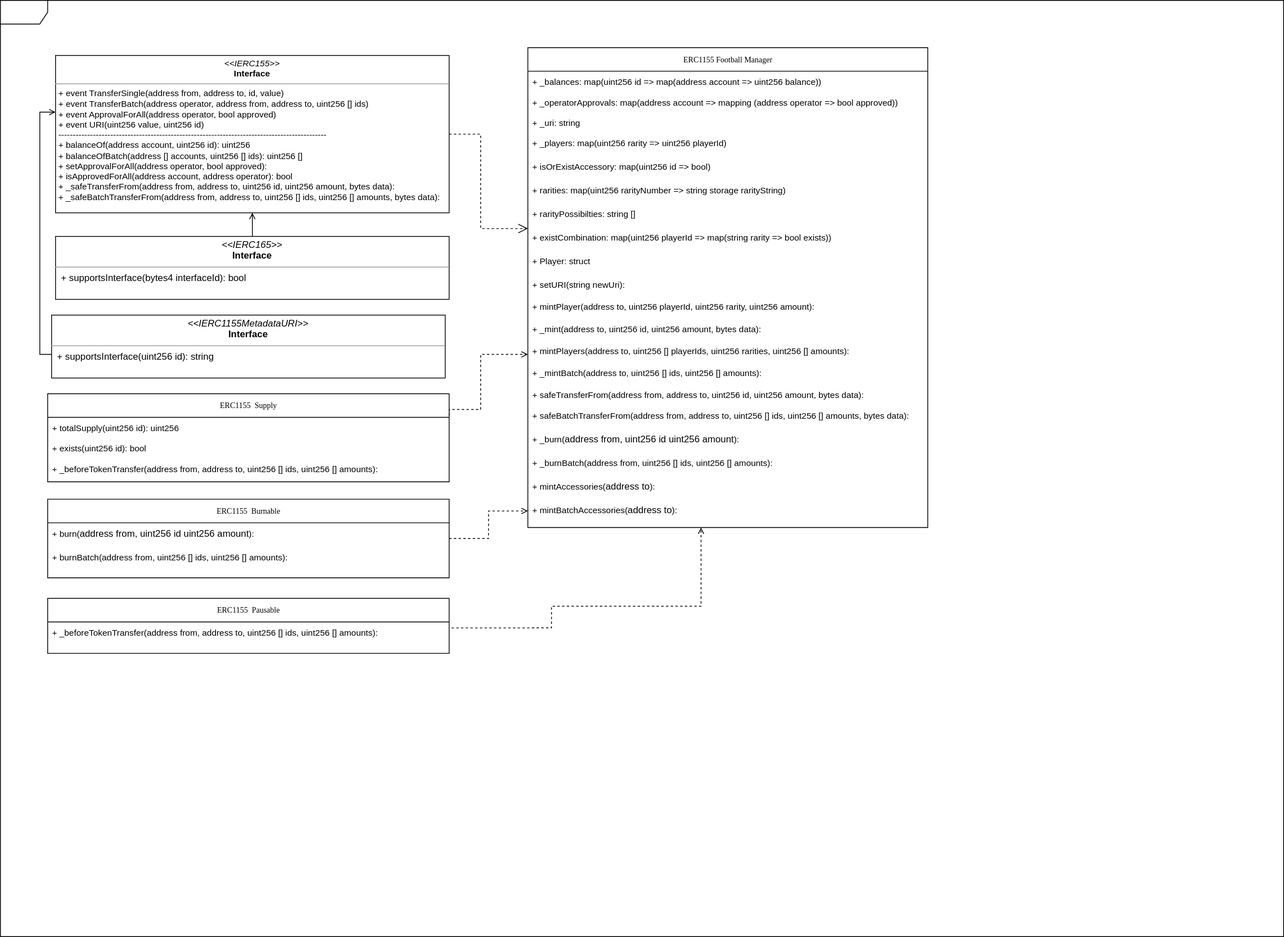
This is diagrams/ERC1155.drawio.svg from RasenGUY/smartDev, a draw.io export, as it was before one commit. Source tidied: cells renumbered, new cells last; positions are measured from the earlier drawing's top-left corner, leaving out a move shared by most shapes.
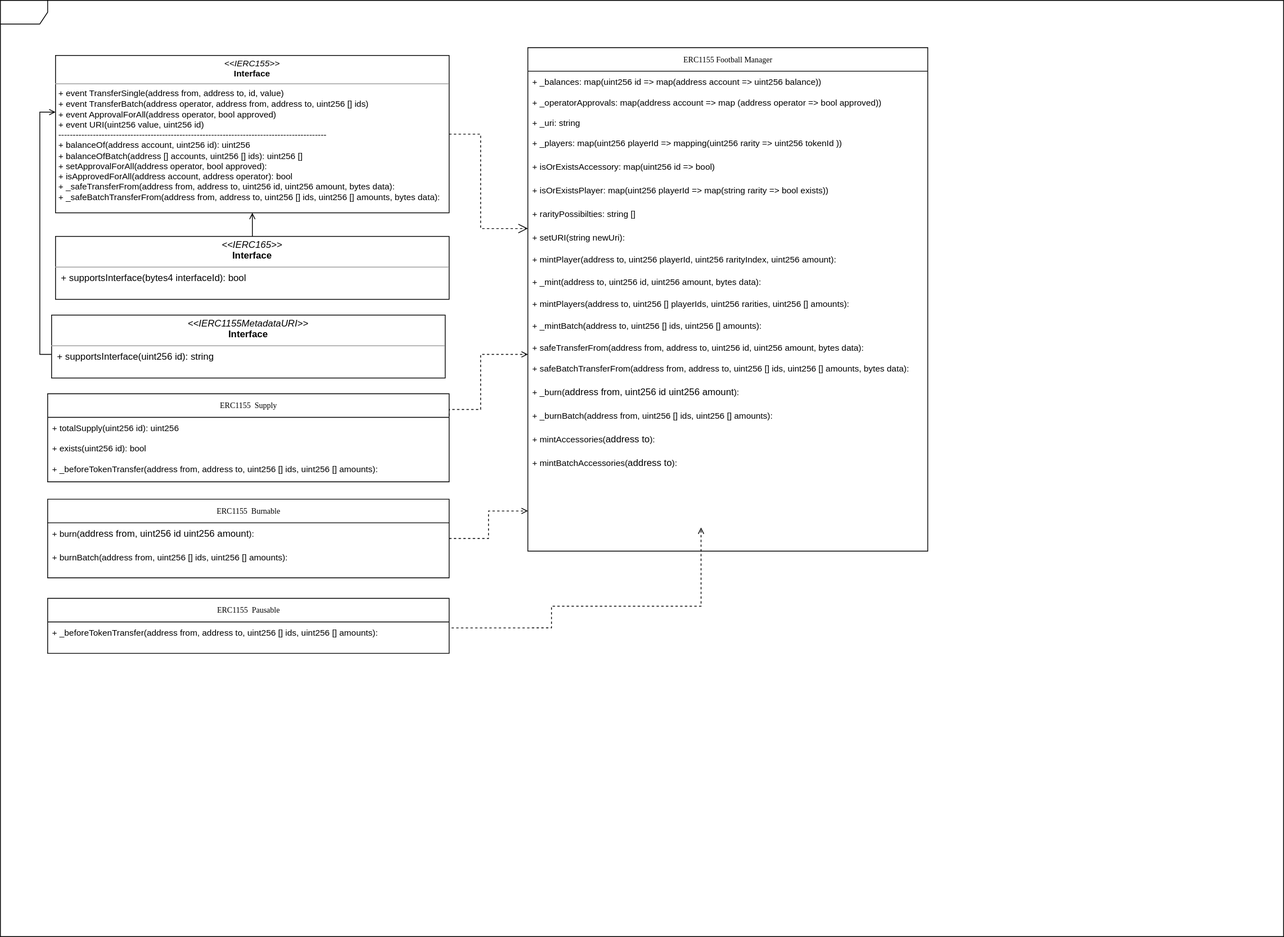
After the change.

Diff of the diagram source:
```diff
@@ -6,67 +6,61 @@
       <mxGeometry width="1630" height="1190" as="geometry" />
     </mxCell>
     <mxCell id="3" value="ERC1155 Football Manager" style="swimlane;html=1;fontStyle=0;horizontal=1;startSize=30;fillColor=none;swimlaneFillColor=#ffffff;rounded=0;shadow=0;comic=0;labelBackgroundColor=none;strokeWidth=1;fontFamily=Verdana;fontSize=10;align=center;" parent="1" vertex="1">
-      <mxGeometry x="670" y="60" width="508" height="610" as="geometry" />
+      <mxGeometry x="670" y="60" width="508" height="640" as="geometry" />
     </mxCell>
     <mxCell id="4" value="&lt;font style=&quot;font-size: 11px&quot;&gt;+ _balances: map(uint256 id =&amp;gt; map(address account =&amp;gt; uint256 balance))&lt;/font&gt;" style="text;html=1;strokeColor=none;fillColor=none;align=left;verticalAlign=top;spacingLeft=4;spacingRight=4;whiteSpace=wrap;overflow=hidden;" parent="3" vertex="1">
       <mxGeometry y="30" width="508" height="26" as="geometry" />
     </mxCell>
-    <mxCell id="5" value="&lt;font style=&quot;font-size: 11px&quot;&gt;+ _operatorApprovals: map(address account =&amp;gt; mapping (address operator =&amp;gt; bool approved))&amp;nbsp;&amp;nbsp;&lt;/font&gt;" style="text;html=1;strokeColor=none;fillColor=none;align=left;verticalAlign=top;spacingLeft=4;spacingRight=4;whiteSpace=wrap;overflow=hidden;" parent="3" vertex="1">
+    <mxCell id="5" value="&lt;font style=&quot;font-size: 11px&quot;&gt;+ _operatorApprovals: map(address account =&amp;gt; map (address operator =&amp;gt; bool approved))&amp;nbsp;&amp;nbsp;&lt;/font&gt;" style="text;html=1;strokeColor=none;fillColor=none;align=left;verticalAlign=top;spacingLeft=4;spacingRight=4;whiteSpace=wrap;overflow=hidden;" parent="3" vertex="1">
       <mxGeometry y="56" width="508" height="26" as="geometry" />
     </mxCell>
     <mxCell id="6" value="&lt;font style=&quot;font-size: 11px&quot;&gt;+ _uri: string&lt;/font&gt;" style="text;html=1;strokeColor=none;fillColor=none;align=left;verticalAlign=top;spacingLeft=4;spacingRight=4;whiteSpace=wrap;overflow=hidden;" parent="3" vertex="1">
       <mxGeometry y="82" width="508" height="26" as="geometry" />
     </mxCell>
-    <mxCell id="7" value="&lt;font face=&quot;helvetica&quot;&gt;&lt;span style=&quot;font-size: 11px&quot;&gt;+ _players: map(uint256 rarity =&amp;gt; uint256 playerId)&lt;/span&gt;&lt;/font&gt;" style="text;html=1;strokeColor=none;fillColor=none;align=left;verticalAlign=top;spacingLeft=4;spacingRight=4;whiteSpace=wrap;overflow=hidden;" parent="3" vertex="1">
+    <mxCell id="7" value="&lt;font face=&quot;helvetica&quot;&gt;&lt;span style=&quot;font-size: 11px&quot;&gt;+ _players: map(uint256 playerId =&amp;gt; mapping(uint256 rarity =&amp;gt; uint256 tokenId ))&lt;/span&gt;&lt;/font&gt;" style="text;html=1;strokeColor=none;fillColor=none;align=left;verticalAlign=top;spacingLeft=4;spacingRight=4;whiteSpace=wrap;overflow=hidden;" parent="3" vertex="1">
       <mxGeometry y="108" width="508" height="30" as="geometry" />
     </mxCell>
-    <mxCell id="8" value="&lt;font face=&quot;helvetica&quot;&gt;&lt;span style=&quot;font-size: 11px&quot;&gt;+ isOrExistAccessory: map(uint256 id =&amp;gt; bool)&lt;/span&gt;&lt;/font&gt;" style="text;html=1;strokeColor=none;fillColor=none;align=left;verticalAlign=top;spacingLeft=4;spacingRight=4;whiteSpace=wrap;overflow=hidden;" parent="3" vertex="1">
+    <mxCell id="8" value="&lt;font face=&quot;helvetica&quot;&gt;&lt;span style=&quot;font-size: 11px&quot;&gt;+ isOrExistsAccessory: map(uint256 id =&amp;gt; bool)&lt;/span&gt;&lt;/font&gt;" style="text;html=1;strokeColor=none;fillColor=none;align=left;verticalAlign=top;spacingLeft=4;spacingRight=4;whiteSpace=wrap;overflow=hidden;" parent="3" vertex="1">
       <mxGeometry y="138" width="508" height="30" as="geometry" />
     </mxCell>
-    <mxCell id="9" value="&lt;span style=&quot;font-family: &amp;#34;helvetica&amp;#34; ; font-size: 11px&quot;&gt;+ rarities: map(&lt;/span&gt;&lt;span style=&quot;font-family: &amp;#34;helvetica&amp;#34; ; font-size: 11px&quot;&gt;uint256 rarityNumber&amp;nbsp;&lt;/span&gt;&lt;span style=&quot;font-family: &amp;#34;helvetica&amp;#34; ; font-size: 11px&quot;&gt;=&amp;gt; &lt;/span&gt;&lt;span style=&quot;font-family: &amp;#34;helvetica&amp;#34; ; font-size: 11px&quot;&gt;string storage rarityString&lt;/span&gt;&lt;span style=&quot;font-family: &amp;#34;helvetica&amp;#34; ; font-size: 11px&quot;&gt;)&lt;/span&gt;" style="text;html=1;strokeColor=none;fillColor=none;align=left;verticalAlign=top;spacingLeft=4;spacingRight=4;whiteSpace=wrap;overflow=hidden;" parent="3" vertex="1">
-      <mxGeometry y="168" width="508" height="30" as="geometry" />
-    </mxCell>
+    <mxCell id="11" value="&lt;span style=&quot;font-family: &amp;#34;helvetica&amp;#34; ; font-size: 11px&quot;&gt;+ isOrExistsPlayer: map(uint256 playerId =&amp;gt; map(string rarity =&amp;gt; bool exists))&lt;/span&gt;" style="text;html=1;strokeColor=none;fillColor=none;align=left;verticalAlign=top;spacingLeft=4;spacingRight=4;whiteSpace=wrap;overflow=hidden;" parent="3" vertex="1">
+      <mxGeometry y="168" width="508" height="30" as="geometry" />
+    </mxCell>
     <mxCell id="10" value="&lt;span style=&quot;font-family: &amp;#34;helvetica&amp;#34; ; font-size: 11px&quot;&gt;+ rarityPossibilties: string []&lt;/span&gt;" style="text;html=1;strokeColor=none;fillColor=none;align=left;verticalAlign=top;spacingLeft=4;spacingRight=4;whiteSpace=wrap;overflow=hidden;" parent="3" vertex="1">
       <mxGeometry y="198" width="508" height="30" as="geometry" />
     </mxCell>
-    <mxCell id="11" value="&lt;span style=&quot;font-family: &amp;#34;helvetica&amp;#34; ; font-size: 11px&quot;&gt;+ existCombination: map(uint256 playerId =&amp;gt; map(string rarity =&amp;gt; bool exists))&lt;/span&gt;" style="text;html=1;strokeColor=none;fillColor=none;align=left;verticalAlign=top;spacingLeft=4;spacingRight=4;whiteSpace=wrap;overflow=hidden;" parent="3" vertex="1">
-      <mxGeometry y="228" width="508" height="30" as="geometry" />
-    </mxCell>
-    <mxCell id="12" value="&lt;span style=&quot;font-family: &amp;#34;helvetica&amp;#34; ; font-size: 11px&quot;&gt;+ Player: struct&amp;nbsp;&lt;/span&gt;" style="text;html=1;strokeColor=none;fillColor=none;align=left;verticalAlign=top;spacingLeft=4;spacingRight=4;whiteSpace=wrap;overflow=hidden;" parent="3" vertex="1">
-      <mxGeometry y="258" width="508" height="30" as="geometry" />
-    </mxCell>
     <mxCell id="13" value="&lt;font style=&quot;font-size: 11px&quot;&gt;+ setURI(string newUri):&amp;nbsp;&amp;nbsp;&lt;/font&gt;" style="text;html=1;align=left;verticalAlign=top;spacingLeft=4;spacingRight=4;whiteSpace=wrap;overflow=hidden;" parent="3" vertex="1">
-      <mxGeometry y="288" width="508" height="28" as="geometry" />
+      <mxGeometry y="228" width="508" height="28" as="geometry" />
     </mxCell>
-    <mxCell id="14" value="&lt;span style=&quot;font-size: 11px&quot;&gt;+ mintPlayer(address to, uint256 playerId, uint256 rarity, uint256 amount):&amp;nbsp;&amp;nbsp;&lt;/span&gt;" style="text;html=1;align=left;verticalAlign=top;spacingLeft=4;spacingRight=4;whiteSpace=wrap;overflow=hidden;" parent="3" vertex="1">
-      <mxGeometry y="316" width="508" height="28" as="geometry" />
+    <mxCell id="14" value="&lt;span style=&quot;font-size: 11px&quot;&gt;+ mintPlayer(address to, uint256 playerId, uint256 rarityIndex, uint256 amount):&amp;nbsp;&amp;nbsp;&lt;/span&gt;" style="text;html=1;align=left;verticalAlign=top;spacingLeft=4;spacingRight=4;whiteSpace=wrap;overflow=hidden;" parent="3" vertex="1">
+      <mxGeometry y="256" width="508" height="28" as="geometry" />
     </mxCell>
     <mxCell id="15" value="&lt;span style=&quot;font-size: 11px&quot;&gt;+ _mint(address to, uint256 id, uint256 amount, bytes data):&amp;nbsp;&amp;nbsp;&lt;/span&gt;" style="text;html=1;align=left;verticalAlign=top;spacingLeft=4;spacingRight=4;whiteSpace=wrap;overflow=hidden;" parent="3" vertex="1">
-      <mxGeometry y="344" width="508" height="28" as="geometry" />
+      <mxGeometry y="284" width="508" height="28" as="geometry" />
     </mxCell>
     <mxCell id="16" value="&lt;font style=&quot;font-size: 11px&quot;&gt;+ mintPlayers(address to, uint256 [] playerIds, uint256 rarities, uint256 [] amounts):&amp;nbsp;&amp;nbsp;&lt;/font&gt;" style="text;html=1;strokeColor=none;fillColor=none;align=left;verticalAlign=top;spacingLeft=4;spacingRight=4;whiteSpace=wrap;overflow=hidden;" parent="3" vertex="1">
-      <mxGeometry y="372" width="508" height="28" as="geometry" />
+      <mxGeometry y="312" width="508" height="28" as="geometry" />
     </mxCell>
     <mxCell id="17" value="&lt;font style=&quot;font-size: 11px&quot;&gt;+ _mintBatch(address to, uint256 [] ids, uint256 [] amounts):&amp;nbsp;&amp;nbsp;&lt;/font&gt;" style="text;html=1;strokeColor=none;fillColor=none;align=left;verticalAlign=top;spacingLeft=4;spacingRight=4;whiteSpace=wrap;overflow=hidden;" parent="3" vertex="1">
-      <mxGeometry y="400" width="508" height="28" as="geometry" />
+      <mxGeometry y="340" width="508" height="28" as="geometry" />
     </mxCell>
     <mxCell id="18" value="&lt;span style=&quot;font-family: &amp;#34;helvetica&amp;#34; ; font-size: 11px&quot;&gt;+ safeTransferFrom(address from, address to, uint256 id, uint256 amount, bytes data):&lt;/span&gt;" style="text;html=1;strokeColor=none;fillColor=none;align=left;verticalAlign=top;spacingLeft=4;spacingRight=4;whiteSpace=wrap;overflow=hidden;" parent="3" vertex="1">
-      <mxGeometry y="428" width="508" height="26" as="geometry" />
+      <mxGeometry y="368" width="508" height="26" as="geometry" />
     </mxCell>
     <mxCell id="19" value="&lt;span style=&quot;font-family: &amp;#34;helvetica&amp;#34; ; font-size: 11px&quot;&gt;+ safeBatchTransferFrom(address from, address to, uint256 [] ids, uint256 [] amounts, bytes data):&lt;/span&gt;" style="text;html=1;strokeColor=none;fillColor=none;align=left;verticalAlign=top;spacingLeft=4;spacingRight=4;whiteSpace=wrap;overflow=hidden;" parent="3" vertex="1">
-      <mxGeometry y="454" width="508" height="30" as="geometry" />
+      <mxGeometry y="394" width="508" height="30" as="geometry" />
     </mxCell>
     <mxCell id="20" value="&lt;span style=&quot;font-family: &amp;#34;helvetica&amp;#34; ; font-size: 11px&quot;&gt;+ _burn(&lt;/span&gt;&lt;span&gt;address from, uint256 id uint256 amount&lt;/span&gt;&lt;span style=&quot;font-family: &amp;#34;helvetica&amp;#34; ; font-size: 11px&quot;&gt;):&lt;/span&gt;" style="text;html=1;strokeColor=none;fillColor=none;align=left;verticalAlign=top;spacingLeft=4;spacingRight=4;whiteSpace=wrap;overflow=hidden;" parent="3" vertex="1">
-      <mxGeometry y="484" width="508" height="30" as="geometry" />
+      <mxGeometry y="424" width="508" height="30" as="geometry" />
     </mxCell>
     <mxCell id="21" value="&lt;span style=&quot;font-family: &amp;#34;helvetica&amp;#34; ; font-size: 11px&quot;&gt;+ _burnBatch(address from, uint256 [] ids, uint256 [] amounts):&lt;/span&gt;" style="text;html=1;strokeColor=none;fillColor=none;align=left;verticalAlign=top;spacingLeft=4;spacingRight=4;whiteSpace=wrap;overflow=hidden;" parent="3" vertex="1">
-      <mxGeometry y="514" width="508" height="30" as="geometry" />
+      <mxGeometry y="454" width="508" height="30" as="geometry" />
     </mxCell>
     <mxCell id="22" value="&lt;span style=&quot;font-family: &amp;#34;helvetica&amp;#34; ; font-size: 11px&quot;&gt;+ mintAccessories(&lt;/span&gt;&lt;span&gt;address to&lt;/span&gt;&lt;span style=&quot;font-family: &amp;#34;helvetica&amp;#34; ; font-size: 11px&quot;&gt;):&lt;/span&gt;" style="text;html=1;strokeColor=none;fillColor=none;align=left;verticalAlign=top;spacingLeft=4;spacingRight=4;whiteSpace=wrap;overflow=hidden;" parent="3" vertex="1">
-      <mxGeometry y="544" width="508" height="30" as="geometry" />
+      <mxGeometry y="484" width="508" height="30" as="geometry" />
     </mxCell>
     <mxCell id="23" value="&lt;span style=&quot;font-family: &amp;#34;helvetica&amp;#34; ; font-size: 11px&quot;&gt;+ mintBatchAccessories(&lt;/span&gt;&lt;span&gt;address to&lt;/span&gt;&lt;span style=&quot;font-family: &amp;#34;helvetica&amp;#34; ; font-size: 11px&quot;&gt;):&lt;/span&gt;" style="text;html=1;strokeColor=none;fillColor=none;align=left;verticalAlign=top;spacingLeft=4;spacingRight=4;whiteSpace=wrap;overflow=hidden;" parent="3" vertex="1">
-      <mxGeometry y="574" width="508" height="30" as="geometry" />
+      <mxGeometry y="514" width="508" height="30" as="geometry" />
     </mxCell>
     <mxCell id="24" style="edgeStyle=orthogonalEdgeStyle;rounded=0;html=1;labelBackgroundColor=none;startFill=0;endArrow=open;endFill=0;endSize=10;fontFamily=Verdana;fontSize=10;dashed=1;" parent="1" edge="1" source="25" target="3">
       <mxGeometry relative="1" as="geometry">
```
